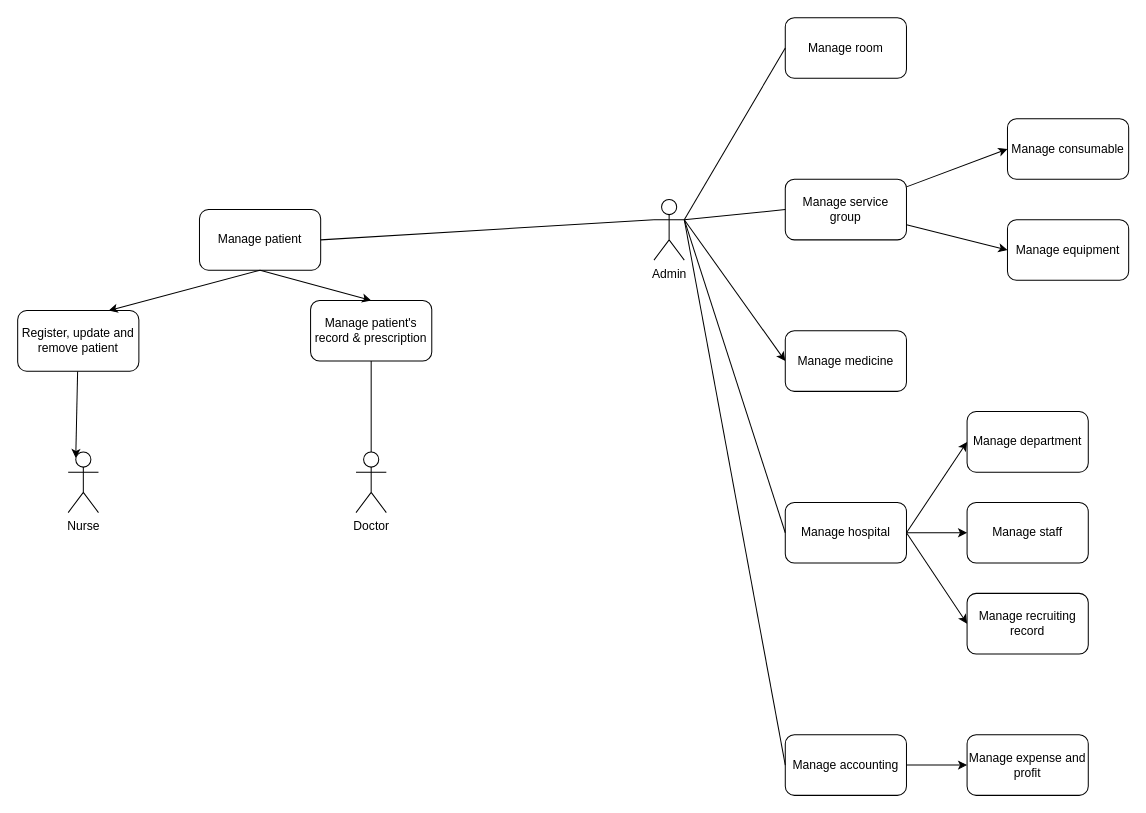
This is page "Page-1" (1 of 2) of Diagram/Use Case Diagram.drawio from hoanghieu2000a/HANU_Hospital, a draw.io file, before an edit. Source tidied: cells renumbered, new cells numbered last; positions are measured from the earlier drawing's top-left corner, leaving out a move shared by most shapes. Both pictures are drawn from the tidied source at 101%, with x=0, y=0 at pixel (17, 17).
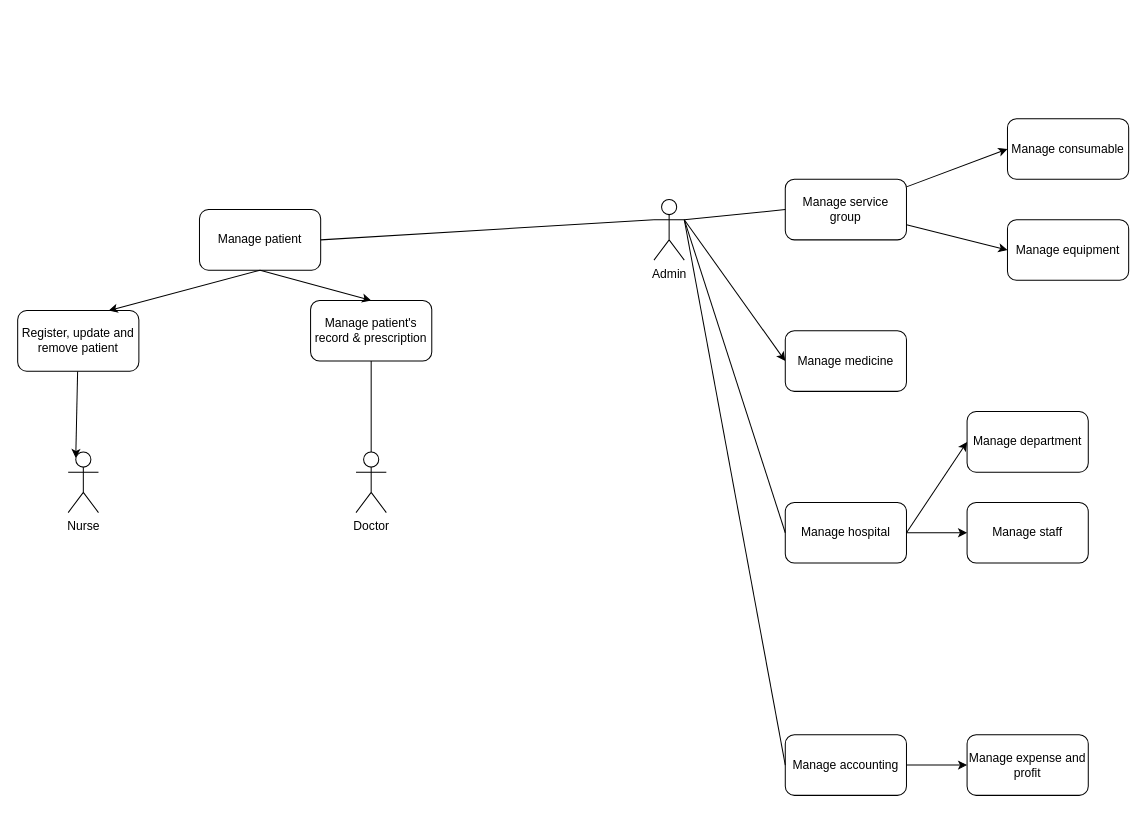
The same page after the edit.

The change refers to these unchanged cells:
```xml
<mxCell id="3" value="Admin" style="shape=umlActor;verticalLabelPosition=bottom;verticalAlign=top;html=1;outlineConnect=0;" parent="1" vertex="1">
  <mxGeometry x="630" y="180" width="30" height="60" as="geometry" />
</mxCell>
<mxCell id="10" value="Manage hospital" style="rounded=1;whiteSpace=wrap;html=1;" parent="1" vertex="1">
  <mxGeometry x="760" y="480" width="120" height="60" as="geometry" />
</mxCell>
```

Diff of the diagram source:
```diff
@@
-    <mxCell id="5" value="Manage room" style="rounded=1;whiteSpace=wrap;html=1;" parent="1" vertex="1">
-      <mxGeometry x="760" width="120" height="60" as="geometry" />
-    </mxCell>
@@
-    <mxCell id="13" value="Manage recruiting record " style="rounded=1;whiteSpace=wrap;html=1;" parent="1" vertex="1">
-      <mxGeometry x="940" y="570" width="120" height="60" as="geometry" />
-    </mxCell>
@@
-    <mxCell id="22" style="endArrow=none;html=1;exitX=1;exitY=0.3333333333333333;exitDx=0;exitDy=0;exitPerimeter=0;entryX=0;entryY=0.5;entryDx=0;entryDy=0;" parent="1" edge="1" source="3" target="5">
-      <mxGeometry relative="1" as="geometry" />
-    </mxCell>
@@
-    <mxCell id="31" style="endArrow=classic;html=1;entryX=0;entryY=0.5;entryDx=0;entryDy=0;exitX=1;exitY=0.5;exitDx=0;exitDy=0;" parent="1" edge="1" source="10" target="13">
-      <mxGeometry relative="1" as="geometry" />
-    </mxCell>
```
